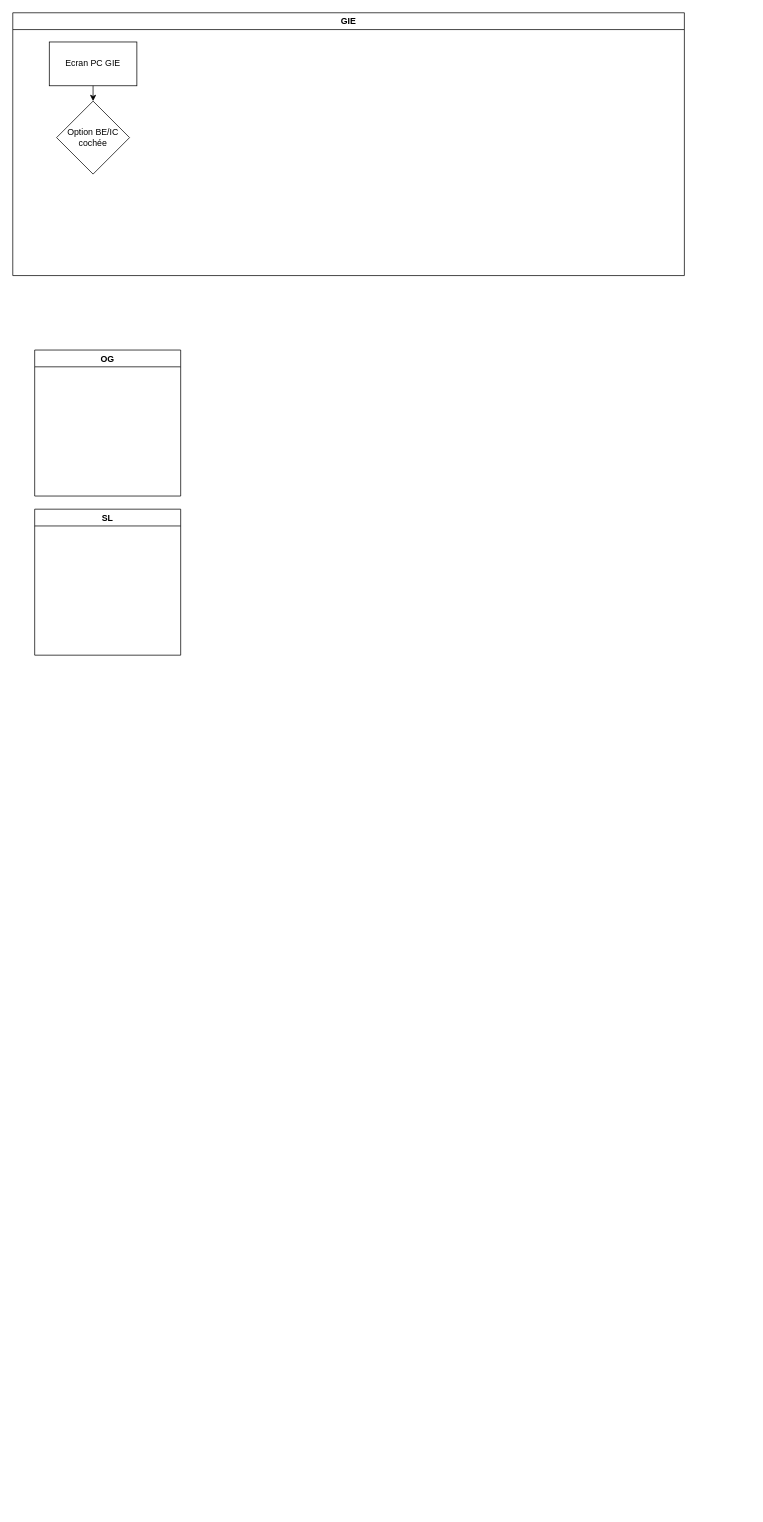
wu1f72514/arcGraphs keeps this draw.io diagram as Untitled Diagram.drawio. Above is the earlier version. Source tidied: cells renumbered, new cells numbered last; positions are measured from the earlier drawing's top-left corner, leaving out a move shared by most shapes. Both pictures are drawn from the tidied source at 73%, with x=0, y=0 at pixel (12, 12).
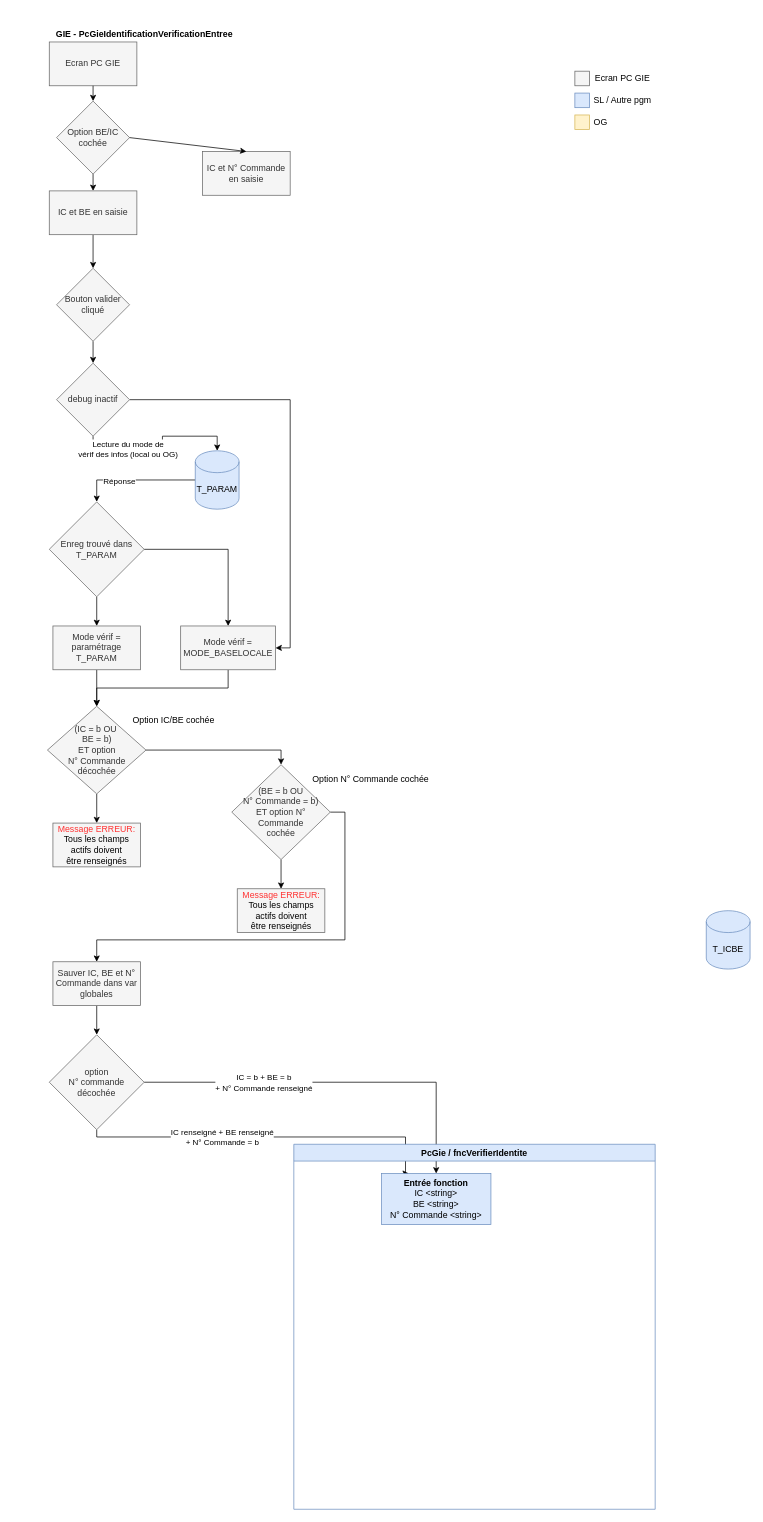
The same page after the edit.

Diff of the diagram source:
```diff
@@
-    <mxCell id="2" value="SL" style="swimlane;" parent="1" vertex="1">
-      <mxGeometry x="30" y="680" width="200" height="200" as="geometry" />
-    </mxCell>
-    <mxCell id="3" value="OG" style="swimlane;" parent="1" vertex="1">
-      <mxGeometry x="30" y="462" width="200" height="200" as="geometry" />
-    </mxCell>
-    <mxCell id="4" value="GIE" style="swimlane;" parent="1" vertex="1">
-      <mxGeometry width="920" height="360" as="geometry" />
-    </mxCell>
+    <mxCell id="8" style="edgeStyle=orthogonalEdgeStyle;rounded=0;jettySize=auto;html=1;exitX=0.5;exitY=1;exitDx=0;exitDy=0;entryX=0.5;entryY=0;entryDx=0;entryDy=0;" parent="1" edge="1" source="9" target="14">
+      <mxGeometry relative="1" as="geometry" />
+    </mxCell>
+    <mxCell id="9" value="Bouton valider cliqué" style="rhombus;whiteSpace=wrap;html=1;fillColor=#f5f5f5;fontColor=#333333;strokeColor=#666666;" parent="1" vertex="1">
+      <mxGeometry x="60" y="350" width="100" height="100" as="geometry" />
+    </mxCell>
+    <mxCell id="10" style="endArrow=classic;html=1;rounded=0;exitX=0.5;exitY=1;exitDx=0;exitDy=0;" parent="1" edge="1" source="25" target="9">
+      <mxGeometry relative="1" as="geometry" />
+    </mxCell>
+    <mxCell id="11" style="edgeStyle=orthogonalEdgeStyle;rounded=0;jettySize=auto;html=1;exitX=0.5;exitY=1;exitDx=0;exitDy=0;" parent="1" edge="1" source="14" target="17">
+      <mxGeometry relative="1" as="geometry" />
+    </mxCell>
+    <mxCell id="12" value="Lecture du mode de &lt;br&gt;vérif des infos (local ou OG)" style="edgeLabel;html=1;align=center;verticalAlign=middle;" parent="11" vertex="1">
+      <mxGeometry x="-0.42" y="3" relative="1" as="geometry" />
+    </mxCell>
+    <mxCell id="13" style="edgeStyle=orthogonalEdgeStyle;rounded=0;jettySize=auto;html=1;exitX=1;exitY=0.5;exitDx=0;exitDy=0;entryX=1;entryY=0.5;entryDx=0;entryDy=0;" parent="1" edge="1" source="14" target="24">
+      <mxGeometry relative="1" as="geometry">
+        <Array as="points">
+          <mxPoint x="380" y="530" />
+          <mxPoint x="380" y="870" />
+        </Array>
+      </mxGeometry>
+    </mxCell>
+    <mxCell id="14" value="debug inactif" style="rhombus;whiteSpace=wrap;html=1;fillColor=#f5f5f5;fontColor=#333333;strokeColor=#666666;" parent="1" vertex="1">
+      <mxGeometry x="60" y="480" width="100" height="100" as="geometry" />
+    </mxCell>
+    <mxCell id="15" style="edgeStyle=orthogonalEdgeStyle;rounded=0;jettySize=auto;html=1;exitX=0;exitY=0.5;exitDx=0;exitDy=0;exitPerimeter=0;entryX=0.5;entryY=0;entryDx=0;entryDy=0;" parent="1" edge="1" source="17" target="20">
+      <mxGeometry relative="1" as="geometry" />
+    </mxCell>
+    <mxCell id="16" value="Réponse" style="edgeLabel;html=1;align=center;verticalAlign=middle;" parent="15" vertex="1">
+      <mxGeometry x="0.27" y="1" relative="1" as="geometry" />
+    </mxCell>
+    <mxCell id="17" value="T_PARAM" style="shape=cylinder3;whiteSpace=wrap;html=1;boundedLbl=1;backgroundOutline=1;size=15;fillColor=#dae8fc;strokeColor=#6c8ebf;" parent="1" vertex="1">
+      <mxGeometry x="250" y="600" width="60" height="80" as="geometry" />
+    </mxCell>
+    <mxCell id="18" style="edgeStyle=orthogonalEdgeStyle;rounded=0;jettySize=auto;html=1;exitX=0.5;exitY=1;exitDx=0;exitDy=0;entryX=0.5;entryY=0;entryDx=0;entryDy=0;" parent="1" edge="1" source="20" target="22">
+      <mxGeometry relative="1" as="geometry" />
+    </mxCell>
+    <mxCell id="19" style="edgeStyle=orthogonalEdgeStyle;rounded=0;jettySize=auto;html=1;exitX=1;exitY=0.5;exitDx=0;exitDy=0;entryX=0.5;entryY=0;entryDx=0;entryDy=0;" parent="1" edge="1" source="20" target="24">
+      <mxGeometry relative="1" as="geometry" />
+    </mxCell>
+    <mxCell id="20" value="Enreg trouvé dans T_PARAM" style="rhombus;whiteSpace=wrap;html=1;fillColor=#f5f5f5;fontColor=#333333;strokeColor=#666666;" parent="1" vertex="1">
+      <mxGeometry x="50" y="670" width="130" height="130" as="geometry" />
+    </mxCell>
+    <mxCell id="21" style="edgeStyle=orthogonalEdgeStyle;rounded=0;jettySize=auto;html=1;exitX=0.5;exitY=1;exitDx=0;exitDy=0;entryX=0.5;entryY=0;entryDx=0;entryDy=0;" parent="1" edge="1" source="22" target="32">
+      <mxGeometry relative="1" as="geometry" />
+    </mxCell>
+    <mxCell id="22" value="Mode vérif = paramétrage T_PARAM" style="rounded=0;whiteSpace=wrap;html=1;fillColor=#f5f5f5;fontColor=#333333;strokeColor=#666666;" parent="1" vertex="1">
+      <mxGeometry x="55" y="840" width="120" height="60" as="geometry" />
+    </mxCell>
+    <mxCell id="23" style="edgeStyle=orthogonalEdgeStyle;rounded=0;jettySize=auto;html=1;exitX=0.5;exitY=1;exitDx=0;exitDy=0;" parent="1" edge="1" source="24" target="32">
+      <mxGeometry relative="1" as="geometry" />
+    </mxCell>
+    <mxCell id="24" value="Mode vérif = MODE_BASELOCALE" style="rounded=0;whiteSpace=wrap;html=1;fillColor=#f5f5f5;fontColor=#333333;strokeColor=#666666;" parent="1" vertex="1">
+      <mxGeometry x="230" y="840" width="130" height="60" as="geometry" />
+    </mxCell>
-    <mxCell id="5" value="Ecran PC GIE" style="rounded=0;whiteSpace=wrap;html=1;" parent="4" vertex="1">
+    <mxCell id="5" value="Ecran PC GIE" style="rounded=0;whiteSpace=wrap;html=1;fillColor=#f5f5f5;fontColor=#333333;strokeColor=#666666;" parent="1" vertex="1">
       <mxGeometry x="50" y="40" width="120" height="60" as="geometry" />
     </mxCell>
-    <mxCell id="6" value="Option BE/IC cochée" style="rhombus;whiteSpace=wrap;html=1;" parent="4" vertex="1">
+    <mxCell id="6" value="Option BE/IC cochée" style="rhombus;whiteSpace=wrap;html=1;fillColor=#f5f5f5;fontColor=#333333;strokeColor=#666666;" parent="1" vertex="1">
       <mxGeometry x="60" y="121" width="100" height="100" as="geometry" />
     </mxCell>
+    <mxCell id="25" value="IC et BE en saisie" style="rounded=0;whiteSpace=wrap;html=1;fillColor=#f5f5f5;fontColor=#333333;strokeColor=#666666;" parent="1" vertex="1">
+      <mxGeometry x="50" y="244" width="120" height="60" as="geometry" />
+    </mxCell>
+    <mxCell id="26" value="IC et N° Commande en saisie" style="rounded=0;whiteSpace=wrap;html=1;fillColor=#f5f5f5;fontColor=#333333;strokeColor=#666666;" parent="1" vertex="1">
+      <mxGeometry x="260" y="190" width="120" height="60" as="geometry" />
+    </mxCell>
-    <mxCell id="7" style="endArrow=classic;html=1;rounded=0;exitX=0.5;exitY=1;exitDx=0;exitDy=0;entryX=0.5;entryY=0;entryDx=0;entryDy=0;" parent="4" edge="1" source="5" target="6">
+    <mxCell id="7" style="endArrow=classic;html=1;rounded=0;exitX=0.5;exitY=1;exitDx=0;exitDy=0;entryX=0.5;entryY=0;entryDx=0;entryDy=0;" parent="1" edge="1" source="5" target="6">
       <mxGeometry relative="1" as="geometry" />
     </mxCell>
+    <mxCell id="27" style="endArrow=classic;html=1;rounded=0;exitX=1;exitY=0.5;exitDx=0;exitDy=0;entryX=0.5;entryY=0;entryDx=0;entryDy=0;" parent="1" edge="1" source="6" target="26">
+      <mxGeometry relative="1" as="geometry" />
+    </mxCell>
+    <mxCell id="28" style="endArrow=classic;html=1;rounded=0;" parent="1" edge="1" source="6" target="25">
+      <mxGeometry relative="1" as="geometry" />
+    </mxCell>
+    <mxCell id="29" value="&lt;span style=&quot;font-weight: 700&quot;&gt;GIE - PcGieIdentificationVerificationEntree&lt;/span&gt;" style="text;html=1;align=center;verticalAlign=middle;strokeColor=none;fillColor=none;" parent="1" vertex="1">
+      <mxGeometry x="50" y="20" width="260" height="20" as="geometry" />
+    </mxCell>
+    <mxCell id="30" style="edgeStyle=orthogonalEdgeStyle;rounded=0;jettySize=auto;html=1;exitX=0.5;exitY=1;exitDx=0;exitDy=0;entryX=0.5;entryY=0;entryDx=0;entryDy=0;fontColor=#000000;" parent="1" edge="1" source="32" target="33">
+      <mxGeometry relative="1" as="geometry" />
+    </mxCell>
+    <mxCell id="31" style="edgeStyle=orthogonalEdgeStyle;rounded=0;jettySize=auto;html=1;exitX=1;exitY=0.5;exitDx=0;exitDy=0;entryX=0.5;entryY=0;entryDx=0;entryDy=0;fontColor=#000000;" parent="1" edge="1" source="32" target="36">
+      <mxGeometry relative="1" as="geometry" />
+    </mxCell>
+    <mxCell id="32" value="(IC = b OU&amp;nbsp;&lt;br&gt;BE = b)&lt;br&gt;ET option &lt;br&gt;N° Commande &lt;br&gt;décochée" style="rhombus;whiteSpace=wrap;html=1;fillColor=#f5f5f5;fontColor=#333333;strokeColor=#666666;" parent="1" vertex="1">
+      <mxGeometry x="47.5" y="950" width="135" height="120" as="geometry" />
+    </mxCell>
+    <mxCell id="33" value="&lt;font color=&quot;#ff3333&quot;&gt;Message ERREUR:&lt;/font&gt;&lt;br&gt;&lt;font color=&quot;#000000&quot;&gt;Tous les champs actifs doivent être&amp;nbsp;renseignés&lt;/font&gt;" style="rounded=0;whiteSpace=wrap;html=1;fillColor=#f5f5f5;fontColor=#333333;strokeColor=#666666;" parent="1" vertex="1">
+      <mxGeometry x="55" y="1110" width="120" height="60" as="geometry" />
+    </mxCell>
+    <mxCell id="34" style="edgeStyle=orthogonalEdgeStyle;rounded=0;jettySize=auto;html=1;exitX=0.5;exitY=1;exitDx=0;exitDy=0;entryX=0.5;entryY=0;entryDx=0;entryDy=0;fontColor=#000000;" parent="1" edge="1" source="36" target="39">
+      <mxGeometry relative="1" as="geometry" />
+    </mxCell>
+    <mxCell id="35" style="edgeStyle=orthogonalEdgeStyle;rounded=0;jettySize=auto;html=1;exitX=1;exitY=0.5;exitDx=0;exitDy=0;fontColor=#000000;" parent="1" edge="1" source="36" target="41">
+      <mxGeometry relative="1" as="geometry">
+        <Array as="points">
+          <mxPoint x="455" y="1095" />
+          <mxPoint x="455" y="1270" />
+          <mxPoint x="115" y="1270" />
+        </Array>
+      </mxGeometry>
+    </mxCell>
+    <mxCell id="36" value="(BE = b OU &lt;br&gt;N° Commande = b) &lt;br&gt;ET option N° Commande &lt;br&gt;cochée" style="rhombus;whiteSpace=wrap;html=1;fillColor=#f5f5f5;fontColor=#333333;strokeColor=#666666;" parent="1" vertex="1">
+      <mxGeometry x="300" y="1030" width="135" height="130" as="geometry" />
+    </mxCell>
+    <mxCell id="37" value="Option IC/BE cochée" style="text;html=1;align=center;verticalAlign=middle;strokeColor=none;fillColor=none;fontColor=#000000;" parent="1" vertex="1">
+      <mxGeometry x="155" y="960" width="130" height="20" as="geometry" />
+    </mxCell>
+    <mxCell id="38" value="Option N° Commande cochée" style="text;html=1;align=center;verticalAlign=middle;strokeColor=none;fillColor=none;fontColor=#000000;" parent="1" vertex="1">
+      <mxGeometry x="400" y="1040" width="180" height="20" as="geometry" />
+    </mxCell>
+    <mxCell id="39" value="&lt;font color=&quot;#ff3333&quot;&gt;Message ERREUR:&lt;/font&gt;&lt;br&gt;&lt;font color=&quot;#000000&quot;&gt;Tous les champs actifs doivent être&amp;nbsp;renseignés&lt;/font&gt;" style="rounded=0;whiteSpace=wrap;html=1;fillColor=#f5f5f5;fontColor=#333333;strokeColor=#666666;" parent="1" vertex="1">
+      <mxGeometry x="307.5" y="1200" width="120" height="60" as="geometry" />
+    </mxCell>
+    <mxCell id="40" style="edgeStyle=orthogonalEdgeStyle;rounded=0;jettySize=auto;html=1;exitX=0.5;exitY=1;exitDx=0;exitDy=0;entryX=0.5;entryY=0;entryDx=0;entryDy=0;fontColor=#000000;" parent="1" edge="1" source="41" target="46">
+      <mxGeometry relative="1" as="geometry" />
+    </mxCell>
+    <mxCell id="41" value="Sauver IC, BE et N° Commande dans var globales" style="rounded=0;whiteSpace=wrap;html=1;fillColor=#f5f5f5;fontColor=#333333;strokeColor=#666666;" parent="1" vertex="1">
+      <mxGeometry x="55" y="1300" width="120" height="60" as="geometry" />
+    </mxCell>
+    <mxCell id="42" style="edgeStyle=orthogonalEdgeStyle;rounded=0;jettySize=auto;html=1;exitX=0.5;exitY=1;exitDx=0;exitDy=0;entryX=0.25;entryY=0;entryDx=0;entryDy=0;fontColor=#000000;" parent="1" edge="1" source="46" target="54">
+      <mxGeometry relative="1" as="geometry">
+        <Array as="points">
+          <mxPoint x="115" y="1540" />
+          <mxPoint x="538" y="1540" />
+        </Array>
+      </mxGeometry>
+    </mxCell>
+    <mxCell id="43" value="IC renseigné + BE renseigné &lt;br&gt;+ N° Commande = b" style="edgeLabel;html=1;align=center;verticalAlign=middle;fontColor=#000000;" parent="42" vertex="1">
+      <mxGeometry x="0.22" relative="1" as="geometry">
+        <mxPoint x="-116" as="offset" />
+      </mxGeometry>
+    </mxCell>
+    <mxCell id="44" style="edgeStyle=orthogonalEdgeStyle;rounded=0;jettySize=auto;html=1;exitX=1;exitY=0.5;exitDx=0;exitDy=0;entryX=0.5;entryY=0;entryDx=0;entryDy=0;fontColor=#000000;" parent="1" edge="1" source="46" target="54">
+      <mxGeometry relative="1" as="geometry" />
+    </mxCell>
+    <mxCell id="45" value="IC = b + BE = b &lt;br&gt;+ N° Commande renseigné" style="edgeLabel;html=1;align=center;verticalAlign=middle;fontColor=#000000;" parent="44" vertex="1">
+      <mxGeometry x="-0.59" y="-1" relative="1" as="geometry">
+        <mxPoint x="55" y="-1" as="offset" />
+      </mxGeometry>
+    </mxCell>
+    <mxCell id="46" value="option &lt;br&gt;N° commande décochée" style="rhombus;whiteSpace=wrap;html=1;fillColor=#f5f5f5;fontColor=#333333;strokeColor=#666666;" parent="1" vertex="1">
+      <mxGeometry x="50" y="1400" width="130" height="130" as="geometry" />
+    </mxCell>
+    <mxCell id="47" style="group;" parent="1" vertex="1">
+      <mxGeometry x="770" y="80" width="110" height="80" as="geometry" />
+    </mxCell>
+    <mxCell id="48" style="rounded=0;whiteSpace=wrap;html=1;fillColor=#f5f5f5;fontColor=#333333;strokeColor=#666666;" parent="47" vertex="1">
+      <mxGeometry width="20" height="20" as="geometry" />
+    </mxCell>
+    <mxCell id="49" value="Ecran PC GIE" style="text;html=1;align=center;verticalAlign=middle;strokeColor=none;fillColor=none;" parent="47" vertex="1">
+      <mxGeometry x="20" width="90" height="20" as="geometry" />
+    </mxCell>
+    <mxCell id="50" style="rounded=0;whiteSpace=wrap;html=1;fillColor=#dae8fc;strokeColor=#6c8ebf;" parent="47" vertex="1">
+      <mxGeometry y="30" width="20" height="20" as="geometry" />
+    </mxCell>
+    <mxCell id="51" value="SL / Autre pgm" style="text;html=1;align=center;verticalAlign=middle;strokeColor=none;fillColor=none;" parent="47" vertex="1">
+      <mxGeometry x="20" y="30" width="90" height="20" as="geometry" />
+    </mxCell>
+    <mxCell id="52" style="rounded=0;whiteSpace=wrap;html=1;fillColor=#fff2cc;strokeColor=#d6b656;" parent="47" vertex="1">
+      <mxGeometry y="60" width="20" height="20" as="geometry" />
+    </mxCell>
+    <mxCell id="3" value="OG" style="text;html=1;align=center;verticalAlign=middle;strokeColor=none;fillColor=none;" parent="47" vertex="1">
+      <mxGeometry x="20" y="60" width="30" height="20" as="geometry" />
+    </mxCell>
+    <mxCell id="53" value="PcGie / fncVerifierIdentite" style="swimlane;fillColor=#dae8fc;strokeColor=#6c8ebf;" parent="1" vertex="1">
+      <mxGeometry x="385" y="1550" width="495" height="500" as="geometry" />
+    </mxCell>
+    <mxCell id="54" value="&lt;b&gt;Entrée fonction&lt;/b&gt;&lt;br&gt;IC &amp;lt;string&amp;gt;&lt;br&gt;BE &amp;lt;string&amp;gt;&lt;br&gt;N° Commande &amp;lt;string&amp;gt;" style="rounded=0;whiteSpace=wrap;html=1;fillColor=#dae8fc;strokeColor=#6c8ebf;" parent="53" vertex="1">
+      <mxGeometry x="120" y="40" width="150" height="70" as="geometry" />
+    </mxCell>
+    <mxCell id="55" value="T_ICBE" style="shape=cylinder3;whiteSpace=wrap;html=1;boundedLbl=1;backgroundOutline=1;size=15;fillColor=#dae8fc;strokeColor=#6c8ebf;" parent="1" vertex="1">
+      <mxGeometry x="950" y="1230" width="60" height="80" as="geometry" />
+    </mxCell>
```
